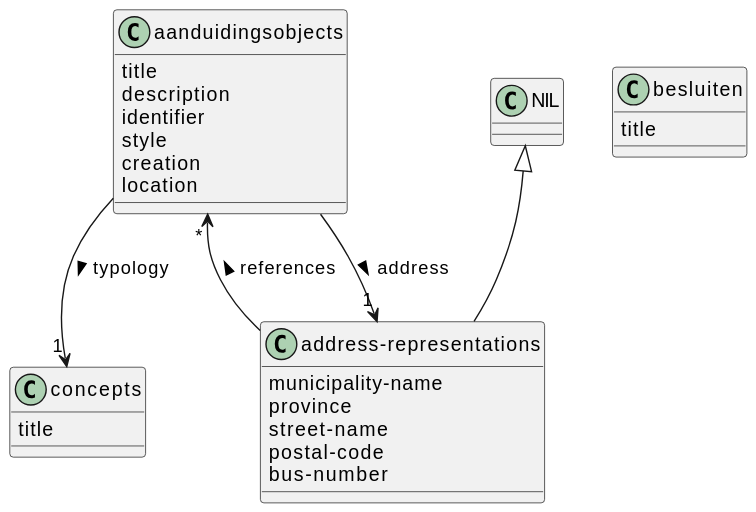
Earlier version of the PlantUML export doc/jsonapi-domain.svg (lblod/app-ai-hackathon-group-4).
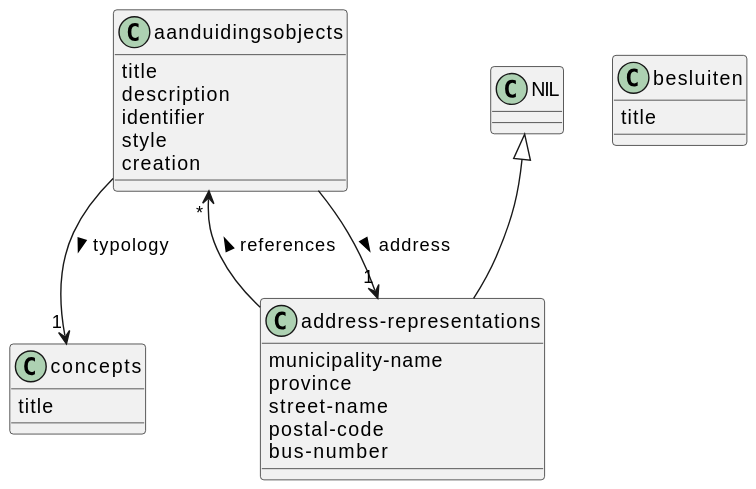
Later version of the same file.

What changed in the source:
```diff
@@ -6,7 +6,6 @@
 "aanduidingsobjects" : identifier
 "aanduidingsobjects" : style
 "aanduidingsobjects" : creation
-"aanduidingsobjects" : location
 "aanduidingsobjects" --> "1" "address-representations" : address >
 "aanduidingsobjects" --> "1" "concepts" : typology >
 class "address-representations"
```
